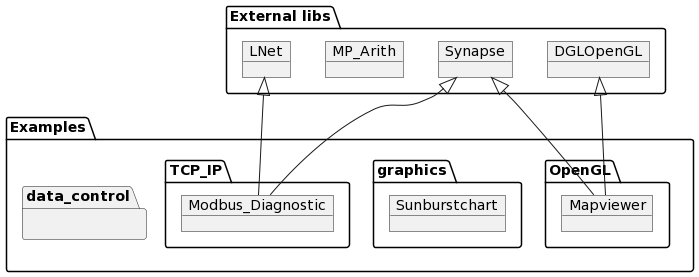
Above: Overview.png in PascalCorpsman/Examples (PlantUML), before the change.
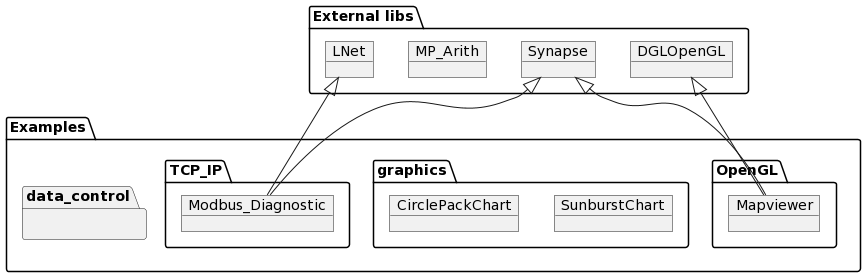
The same diagram one commit later.

The edit, as a diff of the source:
```diff
@@ -8,7 +8,8 @@
   package "data_control" {
   }
   package "graphics" {
-   object Sunburstchart
+   object SunburstChart
+   object CirclePackChart
   }
   package "TCP_IP" {
    object Modbus_Diagnostic
```
